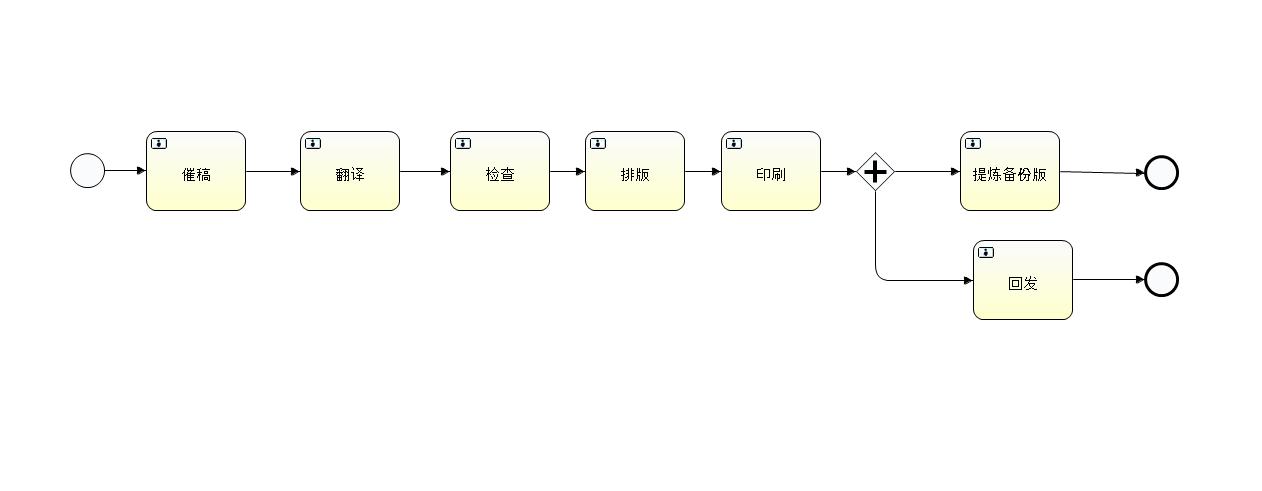
Above: src/main/resources/workflow/MeetingScriptmanual.bpmn20.png in glorydom/chunhuaqiushi (BPMN), before the change. Its source is kept beside it as src/main/resources/workflow/MeetingScriptmanual.bpmn20.bpmn. Ids are renumbered. The source it was exported from:
```xml
<definitions xmlns="http://www.omg.org/spec/BPMN/20100524/MODEL" xmlns:xsi="http://www.w3.org/2001/XMLSchema-instance" xmlns:activiti="http://activiti.org/bpmn" xmlns:bpmndi="http://www.omg.org/spec/BPMN/20100524/DI" xmlns:omgdc="http://www.omg.org/spec/DD/20100524/DC" xmlns:omgdi="http://www.omg.org/spec/DD/20100524/DI" xmlns:xsd="http://www.w3.org/2001/XMLSchema" typeLanguage="http://www.w3.org/2001/XMLSchema" expressionLanguage="http://www.w3.org/1999/XPath" targetNamespace="http://www.activiti.org/processdef">
  <process id="MeetingScriptmanual" isExecutable="true">
    <startEvent id="sid-34E8C461-9616-42B3-956B-4523051E2AF6"></startEvent>
    <userTask id="sid-529CE5FE-6421-4813-A2B8-3086A1AA27B1" name="催稿" activiti:candidateGroups="会议嘉宾协助" activiti:formKey="createScriptManual"></userTask>
    <sequenceFlow id="sid-03342F37-BEB8-4198-AC7D-D5BA24B16854" sourceRef="sid-34E8C461-9616-42B3-956B-4523051E2AF6" targetRef="sid-529CE5FE-6421-4813-A2B8-3086A1AA27B1"></sequenceFlow>
    <userTask id="sid-6ED09AF2-3020-4D6E-B33D-7C70EE152245" name="翻译" activiti:candidateGroups="会议嘉宾协助" activiti:formKey="translateScriptmanual"></userTask>
    <sequenceFlow id="sid-F75B5EDF-BDB2-49D2-BCE5-AD73A9C8B72A" sourceRef="sid-529CE5FE-6421-4813-A2B8-3086A1AA27B1" targetRef="sid-6ED09AF2-3020-4D6E-B33D-7C70EE152245"></sequenceFlow>
    <userTask id="sid-8ADD2F3F-97D2-482C-90C8-4A1DF7E4AC3D" name="检查" activiti:candidateGroups="会议嘉宾协助" activiti:formKey="checkScriptManual"></userTask>
    <sequenceFlow id="sid-E8C7CBE3-BA1D-4539-AE68-4D05BA521EE7" sourceRef="sid-6ED09AF2-3020-4D6E-B33D-7C70EE152245" targetRef="sid-8ADD2F3F-97D2-482C-90C8-4A1DF7E4AC3D"></sequenceFlow>
    <userTask id="sid-96287E55-4220-42DC-873E-4568EDF999C0" name="排版" activiti:candidateGroups="会议嘉宾协助" activiti:formKey="Typesetting"></userTask>
    <sequenceFlow id="sid-06317552-90A6-431D-8056-8C2FB0BEA0BE" sourceRef="sid-8ADD2F3F-97D2-482C-90C8-4A1DF7E4AC3D" targetRef="sid-96287E55-4220-42DC-873E-4568EDF999C0"></sequenceFlow>
    <userTask id="sid-F6B67588-6FAA-4C1F-8892-E87B4C6C9491" name="印刷" activiti:candidateGroups="会议嘉宾协助" activiti:formKey="printScriptmanual"></userTask>
    <sequenceFlow id="sid-BEBB4583-D638-4F43-988B-1D875E649455" sourceRef="sid-96287E55-4220-42DC-873E-4568EDF999C0" targetRef="sid-F6B67588-6FAA-4C1F-8892-E87B4C6C9491"></sequenceFlow>
    <sequenceFlow id="sid-107F015C-5149-4FF9-9D17-0CEF9E42E25D" sourceRef="sid-F6B67588-6FAA-4C1F-8892-E87B4C6C9491" targetRef="sid-DBD48E52-F150-473B-9F64-FE2914FC0BA6"></sequenceFlow>
    <parallelGateway id="sid-DBD48E52-F150-473B-9F64-FE2914FC0BA6"></parallelGateway>
    <userTask id="sid-6D66709E-3596-4253-AF51-4EAF883E762E" name="提炼备份版" activiti:candidateGroups="会议嘉宾协助" activiti:formKey="summaryScriptManual"></userTask>
    <sequenceFlow id="sid-25E5A55C-1B8A-4FAE-AAF0-B316084A4DF0" sourceRef="sid-DBD48E52-F150-473B-9F64-FE2914FC0BA6" targetRef="sid-6D66709E-3596-4253-AF51-4EAF883E762E"></sequenceFlow>
    <endEvent id="sid-AB6BC81C-F3B0-453D-BD8A-95D12E614516"></endEvent>
    <sequenceFlow id="sid-B9E53DE0-E0F1-4947-864B-9444AF32DAB2" sourceRef="sid-6D66709E-3596-4253-AF51-4EAF883E762E" targetRef="sid-AB6BC81C-F3B0-453D-BD8A-95D12E614516"></sequenceFlow>
    <userTask id="sid-030223F6-D44A-41DB-B234-5053732EF1CC" name="回发" activiti:candidateGroups="会议嘉宾协助" activiti:formKey="sendBackScriptmanual"></userTask>
    <endEvent id="sid-F99A2A94-7146-4F61-B764-1B962A23D17D"></endEvent>
    <sequenceFlow id="sid-9EBC52C1-9C62-4E30-8706-2A7AD1FFE6AC" sourceRef="sid-030223F6-D44A-41DB-B234-5053732EF1CC" targetRef="sid-F99A2A94-7146-4F61-B764-1B962A23D17D"></sequenceFlow>
    <sequenceFlow id="sid-A9EE7D8E-2E39-4060-B247-028966ED822E" sourceRef="sid-DBD48E52-F150-473B-9F64-FE2914FC0BA6" targetRef="sid-030223F6-D44A-41DB-B234-5053732EF1CC"></sequenceFlow>
  </process>
  <bpmndi:BPMNDiagram id="BPMNDiagram_MeetingScriptmanual">
    <bpmndi:BPMNPlane bpmnElement="MeetingScriptmanual" id="BPMNPlane_MeetingScriptmanual">
      <bpmndi:BPMNShape bpmnElement="sid-34E8C461-9616-42B3-956B-4523051E2AF6" id="BPMNShape_sid-34E8C461-9616-42B3-956B-4523051E2AF6">
        <omgdc:Bounds height="35.0" width="35.0" x="70.0" y="153.0"></omgdc:Bounds>
      </bpmndi:BPMNShape>
      <bpmndi:BPMNShape bpmnElement="sid-529CE5FE-6421-4813-A2B8-3086A1AA27B1" id="BPMNShape_sid-529CE5FE-6421-4813-A2B8-3086A1AA27B1">
        <omgdc:Bounds height="80.0" width="100.0" x="146.0" y="131.0"></omgdc:Bounds>
      </bpmndi:BPMNShape>
      <bpmndi:BPMNShape bpmnElement="sid-6ED09AF2-3020-4D6E-B33D-7C70EE152245" id="BPMNShape_sid-6ED09AF2-3020-4D6E-B33D-7C70EE152245">
        <omgdc:Bounds height="80.0" width="100.0" x="300.0" y="131.0"></omgdc:Bounds>
      </bpmndi:BPMNShape>
      <bpmndi:BPMNShape bpmnElement="sid-8ADD2F3F-97D2-482C-90C8-4A1DF7E4AC3D" id="BPMNShape_sid-8ADD2F3F-97D2-482C-90C8-4A1DF7E4AC3D">
        <omgdc:Bounds height="80.0" width="100.0" x="450.0" y="131.0"></omgdc:Bounds>
      </bpmndi:BPMNShape>
      <bpmndi:BPMNShape bpmnElement="sid-96287E55-4220-42DC-873E-4568EDF999C0" id="BPMNShape_sid-96287E55-4220-42DC-873E-4568EDF999C0">
        <omgdc:Bounds height="80.0" width="100.0" x="585.0" y="131.0"></omgdc:Bounds>
      </bpmndi:BPMNShape>
      <bpmndi:BPMNShape bpmnElement="sid-F6B67588-6FAA-4C1F-8892-E87B4C6C9491" id="BPMNShape_sid-F6B67588-6FAA-4C1F-8892-E87B4C6C9491">
        <omgdc:Bounds height="80.0" width="100.0" x="721.0" y="131.0"></omgdc:Bounds>
      </bpmndi:BPMNShape>
      <bpmndi:BPMNShape bpmnElement="sid-DBD48E52-F150-473B-9F64-FE2914FC0BA6" id="BPMNShape_sid-DBD48E52-F150-473B-9F64-FE2914FC0BA6">
        <omgdc:Bounds height="40.0" width="40.0" x="855.0" y="151.0"></omgdc:Bounds>
      </bpmndi:BPMNShape>
      <bpmndi:BPMNShape bpmnElement="sid-6D66709E-3596-4253-AF51-4EAF883E762E" id="BPMNShape_sid-6D66709E-3596-4253-AF51-4EAF883E762E">
        <omgdc:Bounds height="80.0" width="100.0" x="960.0" y="131.0"></omgdc:Bounds>
      </bpmndi:BPMNShape>
      <bpmndi:BPMNShape bpmnElement="sid-AB6BC81C-F3B0-453D-BD8A-95D12E614516" id="BPMNShape_sid-AB6BC81C-F3B0-453D-BD8A-95D12E614516">
        <omgdc:Bounds height="35.0" width="35.0" x="1144.0" y="155.0"></omgdc:Bounds>
      </bpmndi:BPMNShape>
      <bpmndi:BPMNShape bpmnElement="sid-030223F6-D44A-41DB-B234-5053732EF1CC" id="BPMNShape_sid-030223F6-D44A-41DB-B234-5053732EF1CC">
        <omgdc:Bounds height="80.0" width="100.0" x="973.0" y="240.0"></omgdc:Bounds>
      </bpmndi:BPMNShape>
      <bpmndi:BPMNShape bpmnElement="sid-F99A2A94-7146-4F61-B764-1B962A23D17D" id="BPMNShape_sid-F99A2A94-7146-4F61-B764-1B962A23D17D">
        <omgdc:Bounds height="35.0" width="35.0" x="1144.0" y="262.0"></omgdc:Bounds>
      </bpmndi:BPMNShape>
      <bpmndi:BPMNEdge bpmnElement="sid-03342F37-BEB8-4198-AC7D-D5BA24B16854" id="BPMNEdge_sid-03342F37-BEB8-4198-AC7D-D5BA24B16854">
        <omgdi:waypoint x="105.0" y="170.0"></omgdi:waypoint>
        <omgdi:waypoint x="146.0" y="171.0"></omgdi:waypoint>
      </bpmndi:BPMNEdge>
      <bpmndi:BPMNEdge bpmnElement="sid-F75B5EDF-BDB2-49D2-BCE5-AD73A9C8B72A" id="BPMNEdge_sid-F75B5EDF-BDB2-49D2-BCE5-AD73A9C8B72A">
        <omgdi:waypoint x="246.0" y="171.0"></omgdi:waypoint>
        <omgdi:waypoint x="300.0" y="171.0"></omgdi:waypoint>
      </bpmndi:BPMNEdge>
      <bpmndi:BPMNEdge bpmnElement="sid-E8C7CBE3-BA1D-4539-AE68-4D05BA521EE7" id="BPMNEdge_sid-E8C7CBE3-BA1D-4539-AE68-4D05BA521EE7">
        <omgdi:waypoint x="400.0" y="171.0"></omgdi:waypoint>
        <omgdi:waypoint x="450.0" y="171.0"></omgdi:waypoint>
      </bpmndi:BPMNEdge>
      <bpmndi:BPMNEdge bpmnElement="sid-06317552-90A6-431D-8056-8C2FB0BEA0BE" id="BPMNEdge_sid-06317552-90A6-431D-8056-8C2FB0BEA0BE">
        <omgdi:waypoint x="550.0" y="171.0"></omgdi:waypoint>
        <omgdi:waypoint x="585.0" y="171.0"></omgdi:waypoint>
      </bpmndi:BPMNEdge>
      <bpmndi:BPMNEdge bpmnElement="sid-BEBB4583-D638-4F43-988B-1D875E649455" id="BPMNEdge_sid-BEBB4583-D638-4F43-988B-1D875E649455">
        <omgdi:waypoint x="685.0" y="171.0"></omgdi:waypoint>
        <omgdi:waypoint x="721.0" y="171.0"></omgdi:waypoint>
      </bpmndi:BPMNEdge>
      <bpmndi:BPMNEdge bpmnElement="sid-107F015C-5149-4FF9-9D17-0CEF9E42E25D" id="BPMNEdge_sid-107F015C-5149-4FF9-9D17-0CEF9E42E25D">
        <omgdi:waypoint x="821.0" y="171.0"></omgdi:waypoint>
        <omgdi:waypoint x="855.0" y="171.0"></omgdi:waypoint>
      </bpmndi:BPMNEdge>
      <bpmndi:BPMNEdge bpmnElement="sid-25E5A55C-1B8A-4FAE-AAF0-B316084A4DF0" id="BPMNEdge_sid-25E5A55C-1B8A-4FAE-AAF0-B316084A4DF0">
        <omgdi:waypoint x="895.0" y="171.0"></omgdi:waypoint>
        <omgdi:waypoint x="960.0" y="171.0"></omgdi:waypoint>
      </bpmndi:BPMNEdge>
      <bpmndi:BPMNEdge bpmnElement="sid-B9E53DE0-E0F1-4947-864B-9444AF32DAB2" id="BPMNEdge_sid-B9E53DE0-E0F1-4947-864B-9444AF32DAB2">
        <omgdi:waypoint x="1060.0" y="171.0"></omgdi:waypoint>
        <omgdi:waypoint x="1144.0" y="172.0"></omgdi:waypoint>
      </bpmndi:BPMNEdge>
      <bpmndi:BPMNEdge bpmnElement="sid-9EBC52C1-9C62-4E30-8706-2A7AD1FFE6AC" id="BPMNEdge_sid-9EBC52C1-9C62-4E30-8706-2A7AD1FFE6AC">
        <omgdi:waypoint x="1073.0" y="280.0"></omgdi:waypoint>
        <omgdi:waypoint x="1144.0" y="279.0"></omgdi:waypoint>
      </bpmndi:BPMNEdge>
      <bpmndi:BPMNEdge bpmnElement="sid-A9EE7D8E-2E39-4060-B247-028966ED822E" id="BPMNEdge_sid-A9EE7D8E-2E39-4060-B247-028966ED822E">
        <omgdi:waypoint x="875.0" y="191.0"></omgdi:waypoint>
        <omgdi:waypoint x="875.0" y="280.0"></omgdi:waypoint>
        <omgdi:waypoint x="973.0" y="280.0"></omgdi:waypoint>
      </bpmndi:BPMNEdge>
    </bpmndi:BPMNPlane>
  </bpmndi:BPMNDiagram>
</definitions>
```
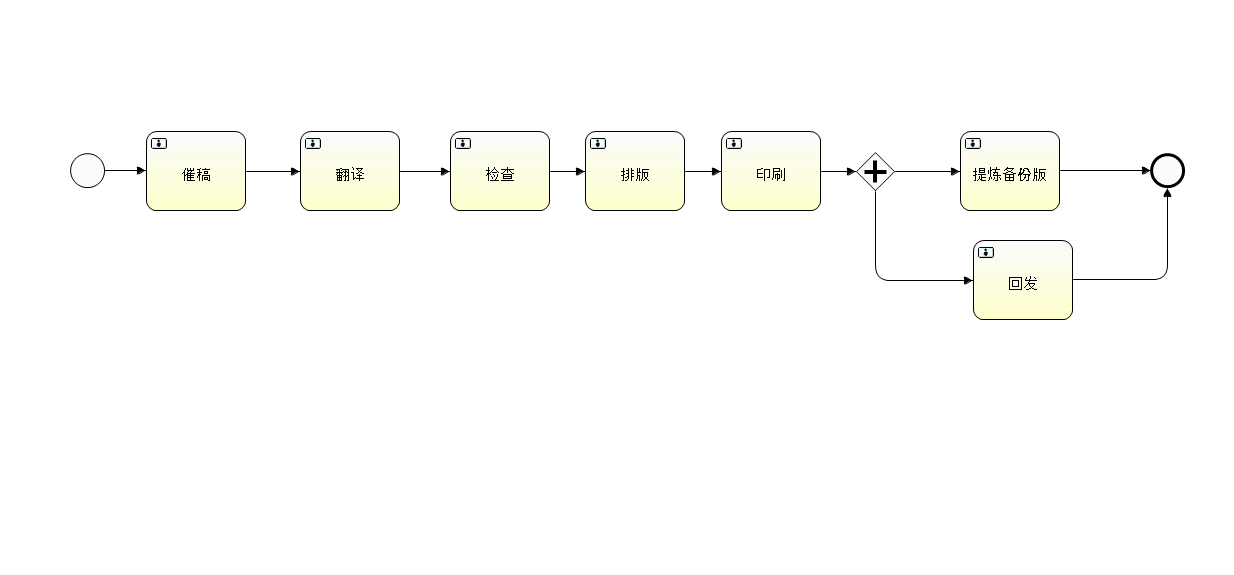
Above is the later version.

What changed in the source:
```diff
@@ -5,7 +5,7 @@
     <sequenceFlow id="sid-03342F37-BEB8-4198-AC7D-D5BA24B16854" sourceRef="sid-34E8C461-9616-42B3-956B-4523051E2AF6" targetRef="sid-529CE5FE-6421-4813-A2B8-3086A1AA27B1"></sequenceFlow>
     <userTask id="sid-6ED09AF2-3020-4D6E-B33D-7C70EE152245" name="翻译" activiti:candidateGroups="会议嘉宾协助" activiti:formKey="translateScriptmanual"></userTask>
     <sequenceFlow id="sid-F75B5EDF-BDB2-49D2-BCE5-AD73A9C8B72A" sourceRef="sid-529CE5FE-6421-4813-A2B8-3086A1AA27B1" targetRef="sid-6ED09AF2-3020-4D6E-B33D-7C70EE152245"></sequenceFlow>
-    <userTask id="sid-8ADD2F3F-97D2-482C-90C8-4A1DF7E4AC3D" name="检查" activiti:candidateGroups="会议嘉宾协助" activiti:formKey="checkScriptManual"></userTask>
+    <userTask id="sid-8ADD2F3F-97D2-482C-90C8-4A1DF7E4AC3D" name="检查" activiti:candidateGroups="会议嘉宾协助" activiti:formKey="auditScriptManual"></userTask>
     <sequenceFlow id="sid-E8C7CBE3-BA1D-4539-AE68-4D05BA521EE7" sourceRef="sid-6ED09AF2-3020-4D6E-B33D-7C70EE152245" targetRef="sid-8ADD2F3F-97D2-482C-90C8-4A1DF7E4AC3D"></sequenceFlow>
     <userTask id="sid-96287E55-4220-42DC-873E-4568EDF999C0" name="排版" activiti:candidateGroups="会议嘉宾协助" activiti:formKey="Typesetting"></userTask>
     <sequenceFlow id="sid-06317552-90A6-431D-8056-8C2FB0BEA0BE" sourceRef="sid-8ADD2F3F-97D2-482C-90C8-4A1DF7E4AC3D" targetRef="sid-96287E55-4220-42DC-873E-4568EDF999C0"></sequenceFlow>
@@ -18,9 +18,8 @@
     <endEvent id="sid-AB6BC81C-F3B0-453D-BD8A-95D12E614516"></endEvent>
     <sequenceFlow id="sid-B9E53DE0-E0F1-4947-864B-9444AF32DAB2" sourceRef="sid-6D66709E-3596-4253-AF51-4EAF883E762E" targetRef="sid-AB6BC81C-F3B0-453D-BD8A-95D12E614516"></sequenceFlow>
     <userTask id="sid-030223F6-D44A-41DB-B234-5053732EF1CC" name="回发" activiti:candidateGroups="会议嘉宾协助" activiti:formKey="sendBackScriptmanual"></userTask>
-    <endEvent id="sid-F99A2A94-7146-4F61-B764-1B962A23D17D"></endEvent>
-    <sequenceFlow id="sid-9EBC52C1-9C62-4E30-8706-2A7AD1FFE6AC" sourceRef="sid-030223F6-D44A-41DB-B234-5053732EF1CC" targetRef="sid-F99A2A94-7146-4F61-B764-1B962A23D17D"></sequenceFlow>
     <sequenceFlow id="sid-A9EE7D8E-2E39-4060-B247-028966ED822E" sourceRef="sid-DBD48E52-F150-473B-9F64-FE2914FC0BA6" targetRef="sid-030223F6-D44A-41DB-B234-5053732EF1CC"></sequenceFlow>
+    <sequenceFlow id="flow1" sourceRef="sid-030223F6-D44A-41DB-B234-5053732EF1CC" targetRef="sid-AB6BC81C-F3B0-453D-BD8A-95D12E614516"></sequenceFlow>
   </process>
   <bpmndi:BPMNDiagram id="BPMNDiagram_MeetingScriptmanual">
     <bpmndi:BPMNPlane bpmnElement="MeetingScriptmanual" id="BPMNPlane_MeetingScriptmanual">
@@ -49,13 +48,10 @@
         <omgdc:Bounds height="80.0" width="100.0" x="960.0" y="131.0"></omgdc:Bounds>
       </bpmndi:BPMNShape>
       <bpmndi:BPMNShape bpmnElement="sid-AB6BC81C-F3B0-453D-BD8A-95D12E614516" id="BPMNShape_sid-AB6BC81C-F3B0-453D-BD8A-95D12E614516">
-        <omgdc:Bounds height="35.0" width="35.0" x="1144.0" y="155.0"></omgdc:Bounds>
+        <omgdc:Bounds height="35.0" width="35.0" x="1150.0" y="153.0"></omgdc:Bounds>
       </bpmndi:BPMNShape>
       <bpmndi:BPMNShape bpmnElement="sid-030223F6-D44A-41DB-B234-5053732EF1CC" id="BPMNShape_sid-030223F6-D44A-41DB-B234-5053732EF1CC">
         <omgdc:Bounds height="80.0" width="100.0" x="973.0" y="240.0"></omgdc:Bounds>
-      </bpmndi:BPMNShape>
-      <bpmndi:BPMNShape bpmnElement="sid-F99A2A94-7146-4F61-B764-1B962A23D17D" id="BPMNShape_sid-F99A2A94-7146-4F61-B764-1B962A23D17D">
-        <omgdc:Bounds height="35.0" width="35.0" x="1144.0" y="262.0"></omgdc:Bounds>
       </bpmndi:BPMNShape>
       <bpmndi:BPMNEdge bpmnElement="sid-03342F37-BEB8-4198-AC7D-D5BA24B16854" id="BPMNEdge_sid-03342F37-BEB8-4198-AC7D-D5BA24B16854">
         <omgdi:waypoint x="105.0" y="170.0"></omgdi:waypoint>
@@ -87,17 +83,18 @@
       </bpmndi:BPMNEdge>
       <bpmndi:BPMNEdge bpmnElement="sid-B9E53DE0-E0F1-4947-864B-9444AF32DAB2" id="BPMNEdge_sid-B9E53DE0-E0F1-4947-864B-9444AF32DAB2">
         <omgdi:waypoint x="1060.0" y="171.0"></omgdi:waypoint>
-        <omgdi:waypoint x="1144.0" y="172.0"></omgdi:waypoint>
-      </bpmndi:BPMNEdge>
-      <bpmndi:BPMNEdge bpmnElement="sid-9EBC52C1-9C62-4E30-8706-2A7AD1FFE6AC" id="BPMNEdge_sid-9EBC52C1-9C62-4E30-8706-2A7AD1FFE6AC">
-        <omgdi:waypoint x="1073.0" y="280.0"></omgdi:waypoint>
-        <omgdi:waypoint x="1144.0" y="279.0"></omgdi:waypoint>
+        <omgdi:waypoint x="1150.0" y="170.0"></omgdi:waypoint>
       </bpmndi:BPMNEdge>
       <bpmndi:BPMNEdge bpmnElement="sid-A9EE7D8E-2E39-4060-B247-028966ED822E" id="BPMNEdge_sid-A9EE7D8E-2E39-4060-B247-028966ED822E">
         <omgdi:waypoint x="875.0" y="191.0"></omgdi:waypoint>
         <omgdi:waypoint x="875.0" y="280.0"></omgdi:waypoint>
         <omgdi:waypoint x="973.0" y="280.0"></omgdi:waypoint>
       </bpmndi:BPMNEdge>
+      <bpmndi:BPMNEdge bpmnElement="flow1" id="BPMNEdge_flow1">
+        <omgdi:waypoint x="1073.0" y="280.0"></omgdi:waypoint>
+        <omgdi:waypoint x="1167.0" y="279.0"></omgdi:waypoint>
+        <omgdi:waypoint x="1167.0" y="188.0"></omgdi:waypoint>
+      </bpmndi:BPMNEdge>
     </bpmndi:BPMNPlane>
   </bpmndi:BPMNDiagram>
 </definitions>
```
